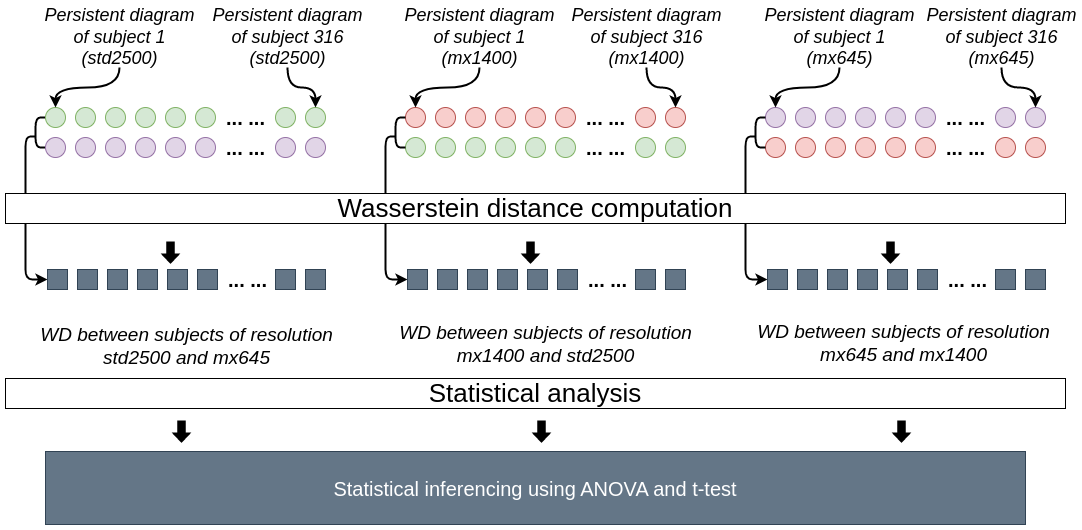
Earlier version of the draw.io export drawing/across_cohort.png (harp-lab/brainPH). Source tidied: cells renumbered, new cells last; positions are measured from the earlier drawing's top-left corner, leaving out a move shared by most shapes.
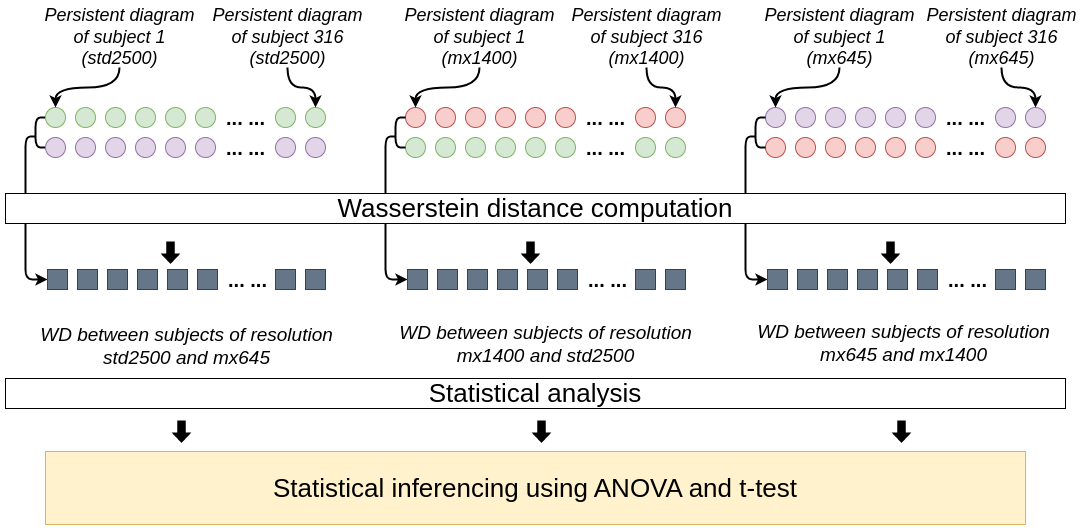
Later version of the same file.

Commit message:
updated across cohort

Diff of the diagram source:
```diff
@@ -70,7 +70,7 @@
     <mxCell id="18" value="&lt;font style=&quot;font-size: 19px; line-height: 0;&quot;&gt;WD&amp;nbsp;between subjects of resolution &lt;br&gt;std2500 and mx645&lt;br style=&quot;font-size: 19px;&quot;&gt;&lt;/font&gt;" style="text;html=1;fontSize=19;fontStyle=2;verticalAlign=middle;align=center;spacing=0;" parent="1" vertex="1">
       <mxGeometry x="42" y="314" width="278" height="50" as="geometry" />
     </mxCell>
-    <mxCell id="19" value="&lt;font style=&quot;font-size: 20px;&quot;&gt;Statistical inferencing using ANOVA and t-test&lt;/font&gt;" style="whiteSpace=wrap;html=1;fontSize=12;fillColor=#647687;strokeColor=#314354;fontColor=#ffffff;" parent="1" vertex="1">
+    <mxCell id="19" value="&lt;font style=&quot;font-size: 26px;&quot;&gt;Statistical inferencing using ANOVA and t-test&lt;/font&gt;" style="whiteSpace=wrap;html=1;fontSize=12;fillColor=#fff2cc;strokeColor=#d6b656;" parent="1" vertex="1">
       <mxGeometry x="40" y="444" width="980" height="73" as="geometry" />
     </mxCell>
     <mxCell id="20" style="edgeStyle=orthogonalEdgeStyle;rounded=1;jettySize=auto;html=1;strokeWidth=2;fontColor=#000000;endArrow=none;endFill=0;startArrow=classic;startFill=1;exitX=0;exitY=0.5;exitDx=0;exitDy=0;" parent="1" edge="1" source="21">
```
